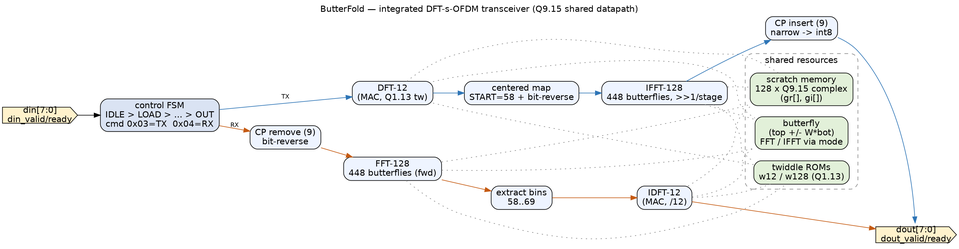
aravindustries/butterfold keeps this Graphviz diagram as schematics/architecture.png. Above is the earlier version. Its source is kept beside it as schematics/architecture.dot. The source it was exported from:
```dot
digraph butterfold {
  rankdir=LR;
  graph [fontname="Helvetica", labelloc=t,
         label="ButterFold — integrated DFT-s-OFDM transceiver (Q9.15 shared datapath)"];
  node  [fontname="Helvetica", shape=box, style="rounded,filled", fillcolor="#eef4ff"];
  edge  [fontname="Helvetica", fontsize=10];

  din  [label="din[7:0]\ndin_valid/ready", shape=cds, fillcolor="#fff2cc"];
  dout [label="dout[7:0]\ndout_valid/ready", shape=cds, fillcolor="#fff2cc"];

  subgraph cluster_shared {
    label="shared resources"; style="rounded,dashed"; color="#888888";
    mem  [label="scratch memory\n128 x Q9.15 complex\n(gr[], gi[])", fillcolor="#e2f0d9"];
    tw   [label="twiddle ROMs\nw12 / w128 (Q1.13)", fillcolor="#e2f0d9"];
    bfly [label="butterfly\n(top +/- W*bot)\nFFT / IFFT via mode", fillcolor="#e2f0d9"];
  }

  fsm  [label="control FSM\nIDLE > LOAD > ... > OUT\ncmd 0x03=TX  0x04=RX", fillcolor="#dae3f3"];

  dft  [label="DFT-12\n(MAC, Q1.13 tw)"];
  map  [label="centered map\nSTART=58 + bit-reverse"];
  ifft [label="IFFT-128\n448 butterflies, >>1/stage"];
  cp   [label="CP insert (9)\nnarrow -> int8"];

  cpr  [label="CP remove (9)\nbit-reverse"];
  fft  [label="FFT-128\n448 butterflies (fwd)"];
  ext  [label="extract bins\n58..69"];
  idft [label="IDFT-12\n(MAC, /12)"];

  din -> fsm;
  fsm -> dft   [label="TX", color="#2e75b6"];
  dft -> map -> ifft -> cp -> dout [color="#2e75b6"];

  fsm -> cpr   [label="RX", color="#c55a11"];
  cpr -> fft -> ext -> idft -> dout [color="#c55a11"];

  { dft ifft fft idft } -> bfly [style=dotted, dir=none, color="#888888"];
  { dft ifft fft idft } -> mem  [style=dotted, dir=none, color="#888888"];
  { dft ifft fft idft } -> tw   [style=dotted, dir=none, color="#888888"];
}
```
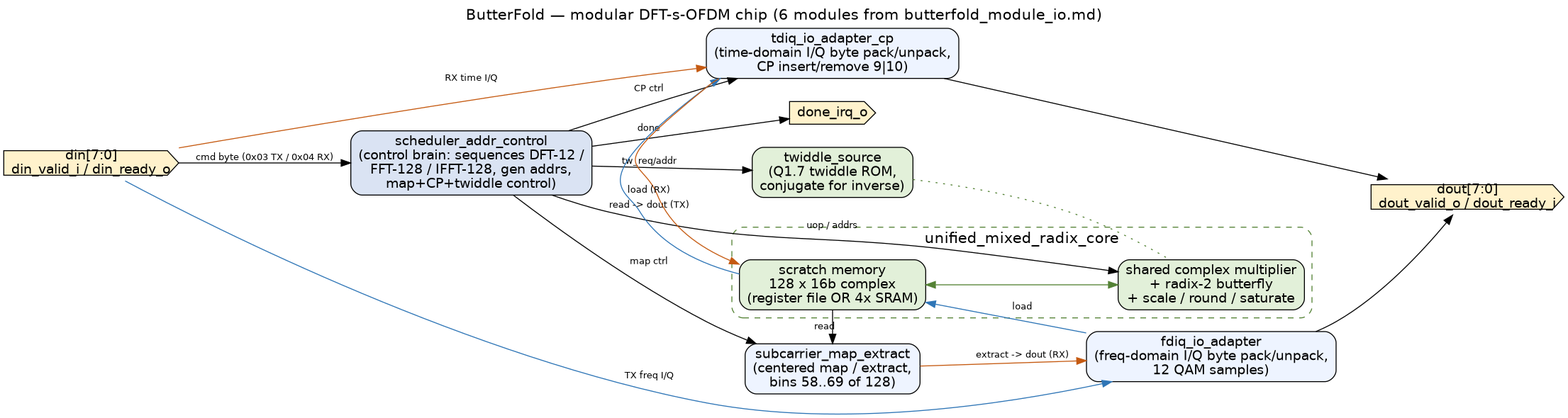
After the change.

Change to the diagram source:
```diff
@@ -1,40 +1,46 @@
 digraph butterfold {
   rankdir=LR;
-  graph [fontname="Helvetica", labelloc=t,
-         label="ButterFold — integrated DFT-s-OFDM transceiver (Q9.15 shared datapath)"];
+  graph [fontname="Helvetica", labelloc=t, fontsize=16,
+         label="ButterFold — modular DFT-s-OFDM chip (6 modules from butterfold_module_io.md)"];
   node  [fontname="Helvetica", shape=box, style="rounded,filled", fillcolor="#eef4ff"];
   edge  [fontname="Helvetica", fontsize=10];
 
-  din  [label="din[7:0]\ndin_valid/ready", shape=cds, fillcolor="#fff2cc"];
-  dout [label="dout[7:0]\ndout_valid/ready", shape=cds, fillcolor="#fff2cc"];
+  din  [label="din[7:0]\ndin_valid_i / din_ready_o", shape=cds, fillcolor="#fff2cc"];
+  dout [label="dout[7:0]\ndout_valid_o / dout_ready_i", shape=cds, fillcolor="#fff2cc"];
+  irq  [label="done_irq_o", shape=cds, fillcolor="#fff2cc"];
 
-  subgraph cluster_shared {
-    label="shared resources"; style="rounded,dashed"; color="#888888";
-    mem  [label="scratch memory\n128 x Q9.15 complex\n(gr[], gi[])", fillcolor="#e2f0d9"];
-    tw   [label="twiddle ROMs\nw12 / w128 (Q1.13)", fillcolor="#e2f0d9"];
-    bfly [label="butterfly\n(top +/- W*bot)\nFFT / IFFT via mode", fillcolor="#e2f0d9"];
+  sch  [label="scheduler_addr_control\n(control brain: sequences DFT-12 /\nFFT-128 / IFFT-128, gen addrs,\nmap+CP+twiddle control)", fillcolor="#dae3f3"];
+
+  subgraph cluster_core {
+    label="unified_mixed_radix_core"; style="rounded,dashed"; color="#548235"; fontname="Helvetica";
+    mem  [label="scratch memory\n128 x 16b complex\n(register file OR 4x SRAM)", fillcolor="#e2f0d9"];
+    alu  [label="shared complex multiplier\n+ radix-2 butterfly\n+ scale / round / saturate", fillcolor="#e2f0d9"];
   }
+  tw   [label="twiddle_source\n(Q1.7 twiddle ROM,\nconjugate for inverse)", fillcolor="#e2f0d9"];
 
-  fsm  [label="control FSM\nIDLE > LOAD > ... > OUT\ncmd 0x03=TX  0x04=RX", fillcolor="#dae3f3"];
+  fdiq [label="fdiq_io_adapter\n(freq-domain I/Q byte pack/unpack,\n12 QAM samples)"];
+  map  [label="subcarrier_map_extract\n(centered map / extract,\nbins 58..69 of 128)"];
 
-  dft  [label="DFT-12\n(MAC, Q1.13 tw)"];
-  map  [label="centered map\nSTART=58 + bit-reverse"];
-  ifft [label="IFFT-128\n448 butterflies, >>1/stage"];
-  cp   [label="CP insert (9)\nnarrow -> int8"];
+  tdiq [label="tdiq_io_adapter_cp\n(time-domain I/Q byte pack/unpack,\nCP insert/remove 9|10)"];
 
-  cpr  [label="CP remove (9)\nbit-reverse"];
-  fft  [label="FFT-128\n448 butterflies (fwd)"];
-  ext  [label="extract bins\n58..69"];
-  idft [label="IDFT-12\n(MAC, /12)"];
+  din  -> sch  [label="cmd byte (0x03 TX / 0x04 RX)"];
+  din  -> fdiq [label="TX freq I/Q", color="#2e75b6"];
+  din  -> tdiq [label="RX time I/Q", color="#c55a11"];
 
-  din -> fsm;
-  fsm -> dft   [label="TX", color="#2e75b6"];
-  dft -> map -> ifft -> cp -> dout [color="#2e75b6"];
+  sch  -> alu  [label="uop / addrs"];
+  sch  -> tw   [label="tw_req/addr"];
+  sch  -> map  [label="map ctrl"];
+  sch  -> tdiq [label="CP ctrl"];
 
-  fsm -> cpr   [label="RX", color="#c55a11"];
-  cpr -> fft -> ext -> idft -> dout [color="#c55a11"];
+  fdiq -> mem  [label="load", color="#2e75b6"];
+  tdiq -> mem  [label="load (RX)", color="#c55a11"];
+  tw   -> alu  [style=dotted, dir=none, color="#548235"];
+  mem  -> alu  [dir=both, color="#548235"];
+  mem  -> map  [label="read"];
+  map  -> fdiq [label="extract -> dout (RX)", color="#c55a11"];
+  mem  -> tdiq [label="read -> dout (TX)", color="#2e75b6"];
 
-  { dft ifft fft idft } -> bfly [style=dotted, dir=none, color="#888888"];
-  { dft ifft fft idft } -> mem  [style=dotted, dir=none, color="#888888"];
-  { dft ifft fft idft } -> tw   [style=dotted, dir=none, color="#888888"];
+  fdiq -> dout;
+  tdiq -> dout;
+  sch  -> irq  [label="done"];
 }
```
